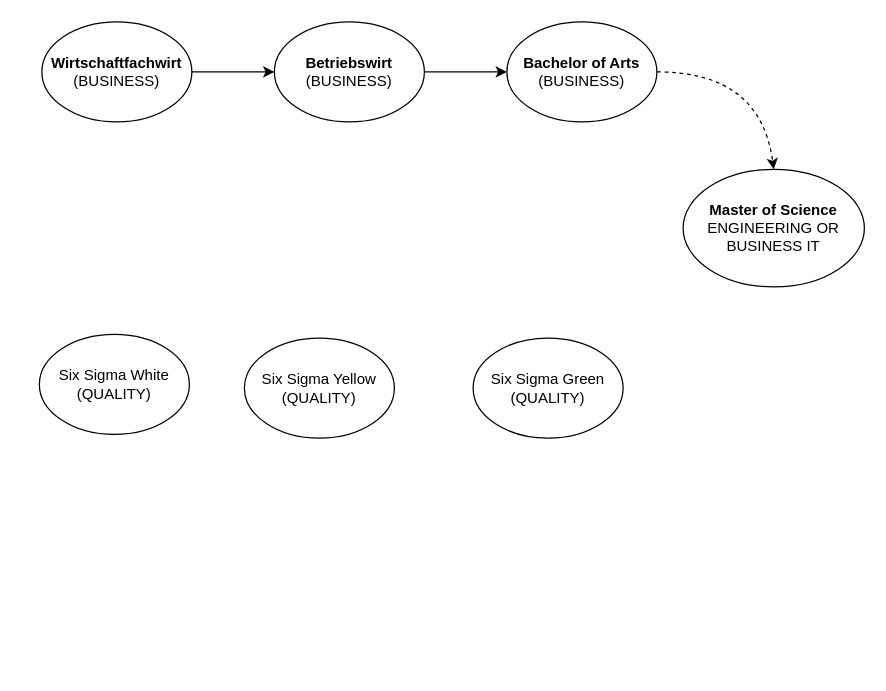
The draw.io diagram page "Education" (2 of 2) of Notes/My CS Roadmap.drawio in wunschzettel891/Workbench, before the edit. Source tidied: cells renumbered, new cells numbered last; positions are measured from the earlier drawing's top-left corner, leaving out a move shared by most shapes. Both pictures are drawn from the tidied source at 125%, with x=0, y=0 at pixel (39, 21).
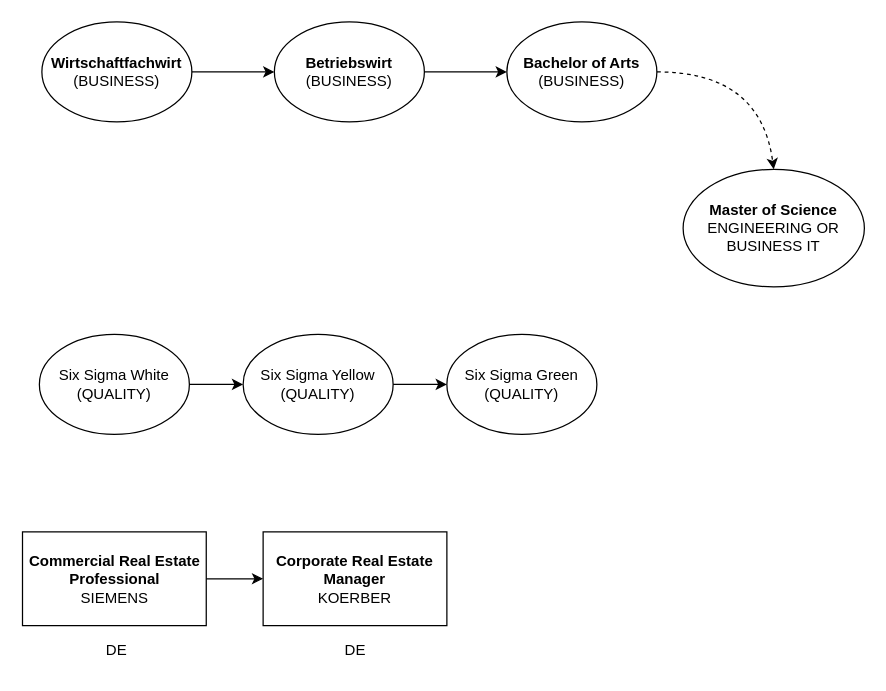
After the change.

Unchanged cells that the change refers to:
```xml
<mxCell id="6" value="&lt;div&gt;Six Sigma White&lt;/div&gt;&lt;div&gt;(QUALITY)&lt;/div&gt;" style="ellipse;whiteSpace=wrap;html=1;fillColor=light-dark(#FFFFFF,#FFFFFF);fillStyle=solid;fontColor=light-dark(#000000,#000000);strokeColor=light-dark(#000000,#000000);" parent="1" vertex="1">
  <mxGeometry y="250" width="120" height="80" as="geometry" />
</mxCell>
```

Diff of the diagram source:
```diff
@@
     <mxCell id="7" value="&lt;div&gt;Six Sigma Yellow&lt;/div&gt;&lt;div&gt;(QUALITY)&lt;/div&gt;" style="ellipse;whiteSpace=wrap;html=1;fillColor=light-dark(#FFFFFF,#FFFFFF);fillStyle=solid;fontColor=light-dark(#000000,#000000);strokeColor=light-dark(#000000,#000000);" parent="1" vertex="1">
-      <mxGeometry x="164" y="253" width="120" height="80" as="geometry" />
+      <mxGeometry x="163" y="250" width="120" height="80" as="geometry" />
     </mxCell>
     <mxCell id="8" value="&lt;div&gt;Six Sigma Green&lt;/div&gt;&lt;div&gt;(QUALITY)&lt;/div&gt;" style="ellipse;whiteSpace=wrap;html=1;fillColor=light-dark(#FFFFFF,#FFFFFF);fillStyle=solid;fontColor=light-dark(#000000,#000000);strokeColor=light-dark(#000000,#000000);" parent="1" vertex="1">
-      <mxGeometry x="347" y="253" width="120" height="80" as="geometry" />
+      <mxGeometry x="326" y="250" width="120" height="80" as="geometry" />
     </mxCell>
@@
+    <mxCell id="12" style="endArrow=classic;html=1;rounded=0;exitX=1;exitY=0.5;exitDx=0;exitDy=0;strokeColor=light-dark(#000000,#000000);entryX=0;entryY=0.5;entryDx=0;entryDy=0;" parent="1" edge="1" source="6" target="7">
+      <mxGeometry relative="1" as="geometry" />
+    </mxCell>
+    <mxCell id="13" style="endArrow=classic;html=1;rounded=0;exitX=1;exitY=0.5;exitDx=0;exitDy=0;strokeColor=light-dark(#000000,#000000);entryX=0;entryY=0.5;entryDx=0;entryDy=0;" parent="1" edge="1" source="7" target="8">
+      <mxGeometry relative="1" as="geometry" />
+    </mxCell>
+    <mxCell id="14" value="&lt;div&gt;&lt;b&gt;Commercial Real Estate Professional&lt;/b&gt;&lt;/div&gt;&lt;div&gt;SIEMENS&lt;/div&gt;" style="rounded=0;whiteSpace=wrap;html=1;" parent="1" vertex="1">
+      <mxGeometry x="-13.5" y="408" width="147" height="75" as="geometry" />
+    </mxCell>
+    <mxCell id="15" value="&lt;div&gt;&lt;b&gt;Corporate Real Estate Manager&lt;/b&gt;&lt;/div&gt;&lt;div&gt;KOERBER&lt;/div&gt;" style="rounded=0;whiteSpace=wrap;html=1;" parent="1" vertex="1">
+      <mxGeometry x="179" y="408" width="147" height="75" as="geometry" />
+    </mxCell>
+    <mxCell id="16" style="endArrow=classic;html=1;rounded=0;exitX=1;exitY=0.5;exitDx=0;exitDy=0;strokeColor=light-dark(#000000,#000000);entryX=0;entryY=0.5;entryDx=0;entryDy=0;" parent="1" edge="1" source="14" target="15">
+      <mxGeometry relative="1" as="geometry" />
+    </mxCell>
+    <mxCell id="17" value="DE" style="text;html=1;whiteSpace=wrap;strokeColor=none;fillColor=none;align=center;verticalAlign=middle;rounded=0;fontColor=light-dark(#000000,#000000);" parent="1" vertex="1">
+      <mxGeometry x="32" y="488" width="60" height="30" as="geometry" />
+    </mxCell>
+    <mxCell id="18" value="DE" style="text;html=1;whiteSpace=wrap;strokeColor=none;fillColor=none;align=center;verticalAlign=middle;rounded=0;fontColor=light-dark(#000000,#000000);" parent="1" vertex="1">
+      <mxGeometry x="222.5" y="488" width="60" height="30" as="geometry" />
+    </mxCell>
```
